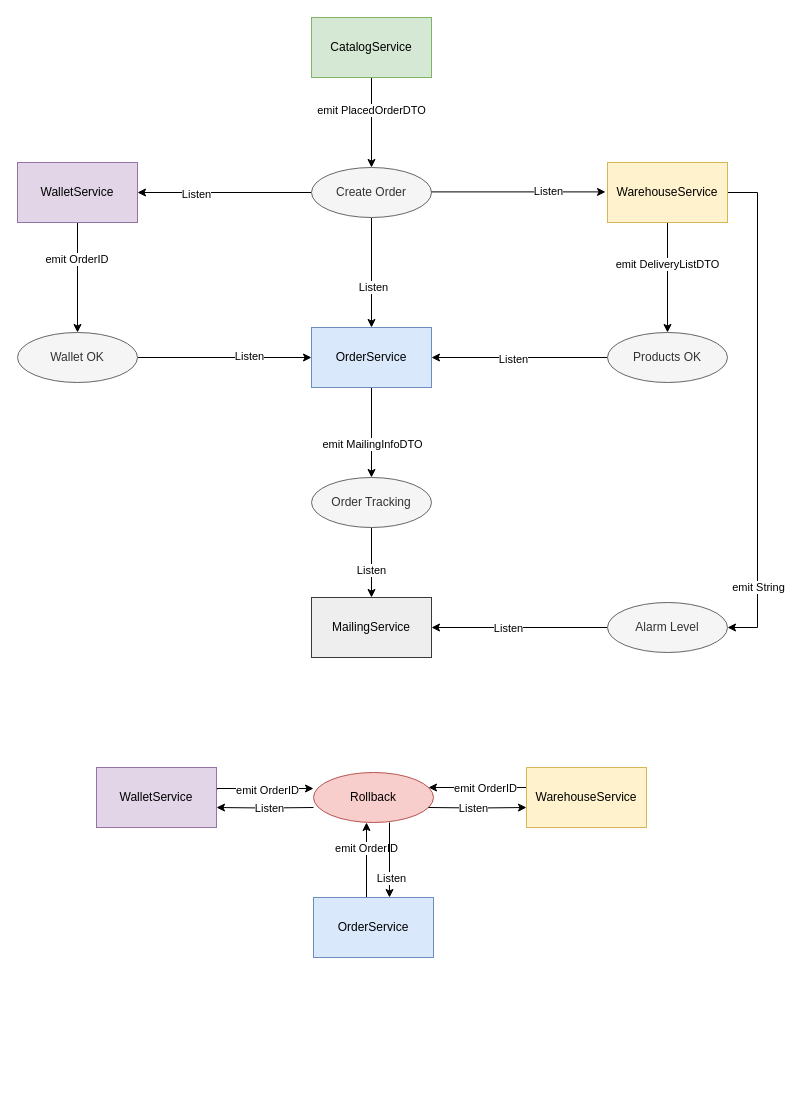
Above: images/AsyncSchema.drawio in franckies/ecommerce-api (draw.io), before the change. Source tidied: cells renumbered, new cells numbered last; positions are measured from the earlier drawing's top-left corner, leaving out a move shared by most shapes. Both pictures are drawn from the tidied source at 100%, with x=0, y=0 at pixel (17, 17).
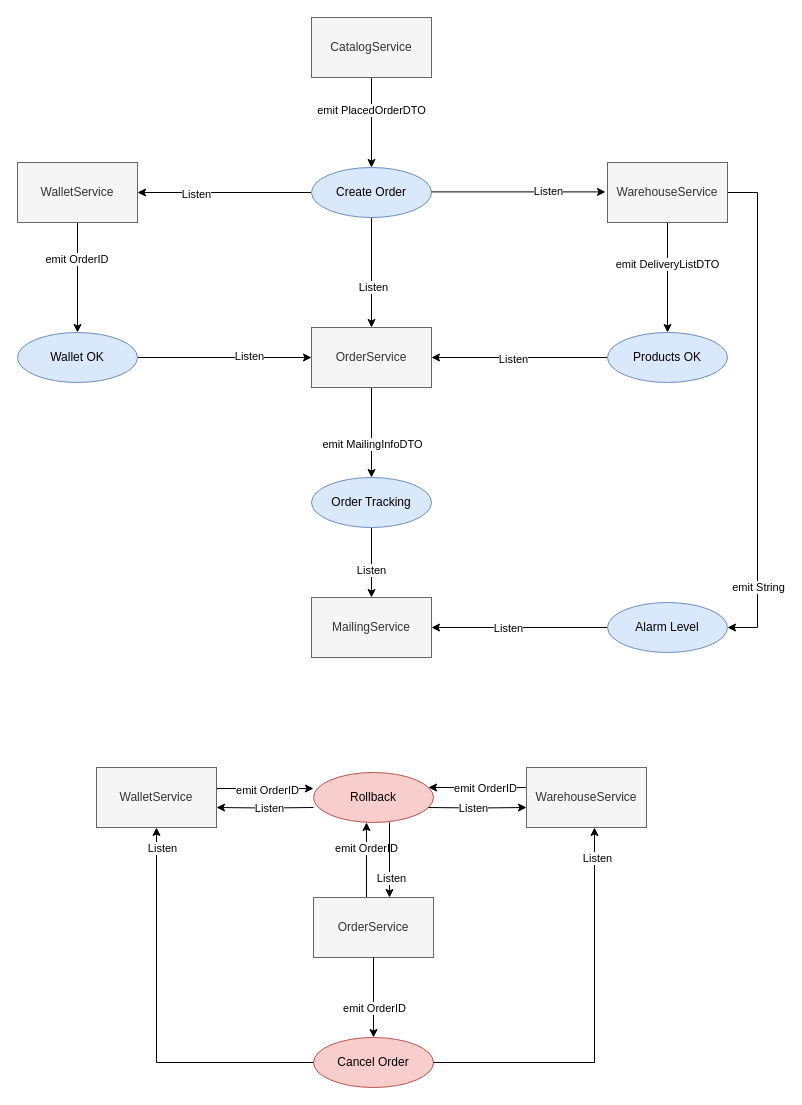
After the change.

Change to the diagram source:
```diff
@@
-    <mxCell id="4" value="OrderService" style="rounded=0;whiteSpace=wrap;html=1;fillColor=#dae8fc;strokeColor=#6c8ebf;" parent="1" vertex="1">
+    <mxCell id="4" value="OrderService" style="rounded=0;whiteSpace=wrap;html=1;fillColor=#f5f5f5;strokeColor=#666666;fontColor=#333333;" parent="1" vertex="1">
       <mxGeometry x="294" y="310" width="120" height="60" as="geometry" />
     </mxCell>
@@
-    <mxCell id="7" value="CatalogService" style="rounded=0;whiteSpace=wrap;html=1;fillColor=#d5e8d4;strokeColor=#82b366;" parent="1" vertex="1">
+    <mxCell id="7" value="CatalogService" style="rounded=0;whiteSpace=wrap;html=1;fillColor=#f5f5f5;strokeColor=#666666;fontColor=#333333;" parent="1" vertex="1">
       <mxGeometry x="294" width="120" height="60" as="geometry" />
     </mxCell>
@@
-    <mxCell id="12" value="WarehouseService" style="rounded=0;whiteSpace=wrap;html=1;fillColor=#fff2cc;strokeColor=#d6b656;" parent="1" vertex="1">
+    <mxCell id="12" value="WarehouseService" style="rounded=0;whiteSpace=wrap;html=1;fillColor=#f5f5f5;strokeColor=#666666;fontColor=#333333;" parent="1" vertex="1">
       <mxGeometry x="590" y="145" width="120" height="60" as="geometry" />
     </mxCell>
@@
-    <mxCell id="15" value="WalletService" style="rounded=0;whiteSpace=wrap;html=1;fillColor=#e1d5e7;strokeColor=#9673a6;" parent="1" vertex="1">
+    <mxCell id="15" value="WalletService" style="rounded=0;whiteSpace=wrap;html=1;fillColor=#f5f5f5;strokeColor=#666666;fontColor=#333333;" parent="1" vertex="1">
       <mxGeometry y="145" width="120" height="60" as="geometry" />
     </mxCell>
@@
-    <mxCell id="20" value="Create Order" style="ellipse;whiteSpace=wrap;html=1;fillColor=#f5f5f5;strokeColor=#666666;fontColor=#333333;" parent="1" vertex="1">
+    <mxCell id="20" value="Create Order" style="ellipse;whiteSpace=wrap;html=1;fillColor=#dae8fc;strokeColor=#6c8ebf;" parent="1" vertex="1">
       <mxGeometry x="294" y="150" width="120" height="50" as="geometry" />
     </mxCell>
@@
-    <mxCell id="25" value="Products OK" style="ellipse;whiteSpace=wrap;html=1;fillColor=#f5f5f5;strokeColor=#666666;fontColor=#333333;" parent="1" vertex="1">
+    <mxCell id="25" value="Products OK" style="ellipse;whiteSpace=wrap;html=1;fillColor=#dae8fc;strokeColor=#6c8ebf;" parent="1" vertex="1">
       <mxGeometry x="590" y="315" width="120" height="50" as="geometry" />
     </mxCell>
@@
-    <mxCell id="28" value="Wallet OK" style="ellipse;whiteSpace=wrap;html=1;fillColor=#f5f5f5;strokeColor=#666666;fontColor=#333333;" parent="1" vertex="1">
+    <mxCell id="28" value="Wallet OK" style="ellipse;whiteSpace=wrap;html=1;fillColor=#dae8fc;strokeColor=#6c8ebf;" parent="1" vertex="1">
       <mxGeometry y="315" width="120" height="50" as="geometry" />
     </mxCell>
@@
-    <mxCell id="31" value="Order Tracking" style="ellipse;whiteSpace=wrap;html=1;fillColor=#f5f5f5;strokeColor=#666666;fontColor=#333333;" parent="1" vertex="1">
+    <mxCell id="31" value="Order Tracking" style="ellipse;whiteSpace=wrap;html=1;fillColor=#dae8fc;strokeColor=#6c8ebf;" parent="1" vertex="1">
       <mxGeometry x="294" y="460" width="120" height="50" as="geometry" />
     </mxCell>
-    <mxCell id="32" value="MailingService" style="rounded=0;whiteSpace=wrap;html=1;fillColor=#eeeeee;strokeColor=#36393d;" parent="1" vertex="1">
+    <mxCell id="32" value="MailingService" style="rounded=0;whiteSpace=wrap;html=1;fillColor=#f5f5f5;strokeColor=#666666;fontColor=#333333;" parent="1" vertex="1">
       <mxGeometry x="294" y="580" width="120" height="60" as="geometry" />
     </mxCell>
@@
-    <mxCell id="35" value="Alarm Level" style="ellipse;whiteSpace=wrap;html=1;fillColor=#f5f5f5;strokeColor=#666666;fontColor=#333333;" parent="1" vertex="1">
+    <mxCell id="35" value="Alarm Level" style="ellipse;whiteSpace=wrap;html=1;fillColor=#dae8fc;strokeColor=#6c8ebf;" parent="1" vertex="1">
       <mxGeometry x="590" y="585" width="120" height="50" as="geometry" />
     </mxCell>
@@
-    <mxCell id="38" value="OrderService" style="rounded=0;whiteSpace=wrap;html=1;fillColor=#dae8fc;strokeColor=#6c8ebf;" parent="1" vertex="1">
+    <mxCell id="38" value="OrderService" style="rounded=0;whiteSpace=wrap;html=1;fillColor=#f5f5f5;strokeColor=#666666;fontColor=#333333;" parent="1" vertex="1">
       <mxGeometry x="296" y="880" width="120" height="60" as="geometry" />
     </mxCell>
@@
-    <mxCell id="41" value="WarehouseService" style="rounded=0;whiteSpace=wrap;html=1;fillColor=#fff2cc;strokeColor=#d6b656;" parent="1" vertex="1">
+    <mxCell id="41" value="WarehouseService" style="rounded=0;whiteSpace=wrap;html=1;fillColor=#f5f5f5;strokeColor=#666666;fontColor=#333333;" parent="1" vertex="1">
       <mxGeometry x="509" y="750" width="120" height="60" as="geometry" />
     </mxCell>
@@
-    <mxCell id="44" value="WalletService" style="rounded=0;whiteSpace=wrap;html=1;fillColor=#e1d5e7;strokeColor=#9673a6;" parent="1" vertex="1">
+    <mxCell id="44" value="WalletService" style="rounded=0;whiteSpace=wrap;html=1;fillColor=#f5f5f5;strokeColor=#666666;fontColor=#333333;" parent="1" vertex="1">
       <mxGeometry x="79" y="750" width="120" height="60" as="geometry" />
     </mxCell>
@@
+    <mxCell id="52" value="Cancel Order" style="ellipse;whiteSpace=wrap;html=1;fillColor=#f8cecc;strokeColor=#b85450;" parent="1" vertex="1">
+      <mxGeometry x="296" y="1020" width="120" height="50" as="geometry" />
+    </mxCell>
+    <mxCell id="53" style="edgeStyle=orthogonalEdgeStyle;rounded=0;jettySize=auto;html=1;entryX=0.5;entryY=0;entryDx=0;entryDy=0;exitX=0.5;exitY=1;exitDx=0;exitDy=0;" parent="1" edge="1" source="38" target="52">
+      <mxGeometry relative="1" as="geometry" />
+    </mxCell>
+    <mxCell id="54" value="emit OrderID" style="edgeLabel;html=1;align=center;verticalAlign=middle;" parent="53" vertex="1">
+      <mxGeometry x="-0.27" y="2" relative="1" as="geometry">
+        <mxPoint x="-2" y="21" as="offset" />
+      </mxGeometry>
+    </mxCell>
+    <mxCell id="55" style="edgeStyle=orthogonalEdgeStyle;rounded=0;jettySize=auto;html=1;exitX=0;exitY=0.5;exitDx=0;exitDy=0;entryX=0.5;entryY=1;entryDx=0;entryDy=0;" parent="1" edge="1" source="52" target="44">
+      <mxGeometry relative="1" as="geometry">
+        <Array as="points">
+          <mxPoint x="139" y="1045" />
+        </Array>
+      </mxGeometry>
+    </mxCell>
+    <mxCell id="56" value="Listen" style="edgeLabel;html=1;align=center;verticalAlign=middle;" parent="55" vertex="1">
+      <mxGeometry x="-0.27" y="2" relative="1" as="geometry">
+        <mxPoint x="-9" y="-217" as="offset" />
+      </mxGeometry>
+    </mxCell>
+    <mxCell id="57" style="edgeStyle=orthogonalEdgeStyle;rounded=0;jettySize=auto;html=1;exitX=1;exitY=0.5;exitDx=0;exitDy=0;" parent="1" edge="1" source="52">
+      <mxGeometry relative="1" as="geometry">
+        <mxPoint x="577" y="810" as="targetPoint" />
+        <Array as="points">
+          <mxPoint x="577" y="1045" />
+          <mxPoint x="577" y="810" />
+        </Array>
+      </mxGeometry>
+    </mxCell>
+    <mxCell id="58" value="Listen" style="edgeLabel;html=1;align=center;verticalAlign=middle;" parent="57" vertex="1">
+      <mxGeometry x="-0.27" y="2" relative="1" as="geometry">
+        <mxPoint x="18" y="-203" as="offset" />
+      </mxGeometry>
+    </mxCell>
```
